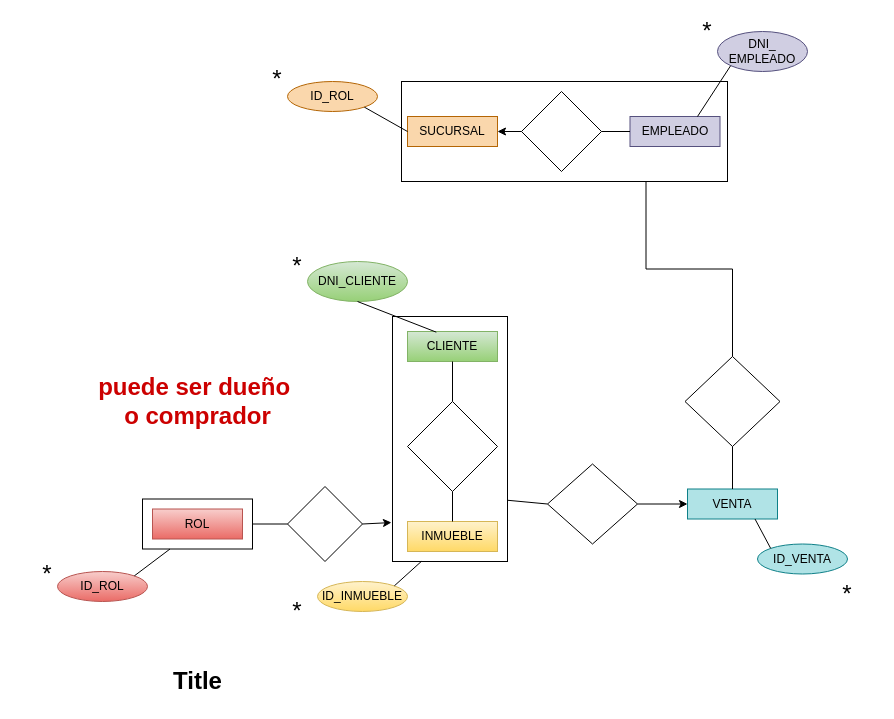
This is INMUEBLE.drawio from hachazo/db-Tp1, a draw.io file, before an edit. Source tidied: cells renumbered, new cells numbered last; positions are measured from the earlier drawing's top-left corner, leaving out a move shared by most shapes. Both pictures are drawn from the tidied source at 100%, with x=0, y=0 at pixel (17, 21).
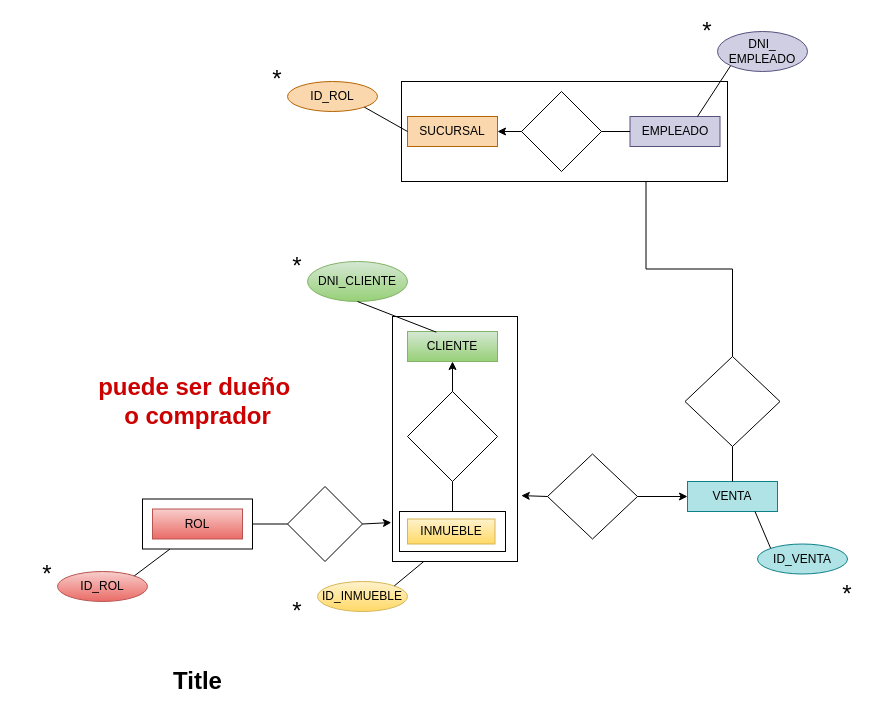
After the change.

Unchanged cells that the change refers to:
```xml
<mxCell id="5" value="&lt;font color=&quot;#000000&quot;&gt;CLIENTE&lt;/font&gt;" style="rounded=0;whiteSpace=wrap;html=1;fillColor=#d5e8d4;strokeColor=#82b366;gradientColor=#97d077;" parent="1" vertex="1">
  <mxGeometry x="390" y="310" width="90" height="30" as="geometry" />
</mxCell>
```

Diff of the diagram source:
```diff
@@
+    <mxCell id="4" style="rounded=0;whiteSpace=wrap;html=1;" parent="1" vertex="1">
+      <mxGeometry x="375" y="295" width="125" height="245" as="geometry" />
+    </mxCell>
+    <mxCell id="46" style="rounded=0;whiteSpace=wrap;html=1;" parent="1" vertex="1">
+      <mxGeometry x="382" y="490" width="106" height="40" as="geometry" />
+    </mxCell>
@@
-    <mxCell id="4" style="rounded=0;whiteSpace=wrap;html=1;" parent="1" vertex="1">
-      <mxGeometry x="375" y="295" width="115" height="245" as="geometry" />
-    </mxCell>
@@
     <mxCell id="6" value="&lt;font color=&quot;#000000&quot;&gt;INMUEBLE&lt;/font&gt;" style="rounded=0;whiteSpace=wrap;html=1;fillColor=#fff2cc;strokeColor=#d6b656;gradientColor=#ffd966;" parent="1" vertex="1">
-      <mxGeometry x="390" y="500" width="90" height="30" as="geometry" />
+      <mxGeometry x="390" y="497.5" width="87.5" height="25" as="geometry" />
     </mxCell>
     <mxCell id="7" style="rhombus;whiteSpace=wrap;html=1;" parent="1" vertex="1">
-      <mxGeometry x="390" y="380" width="90" height="90" as="geometry" />
+      <mxGeometry x="390" y="370" width="90" height="90" as="geometry" />
     </mxCell>
-    <mxCell id="8" style="endArrow=none;html=1;rounded=0;entryX=0.5;entryY=1;entryDx=0;entryDy=0;exitX=0.5;exitY=0;exitDx=0;exitDy=0;" parent="1" edge="1" source="6" target="7">
-      <mxGeometry relative="1" as="geometry" />
-    </mxCell>
     <mxCell id="9" value="&lt;font color=&quot;#000000&quot;&gt;VENTA&lt;/font&gt;" style="rounded=0;whiteSpace=wrap;html=1;fillColor=#b0e3e6;strokeColor=#0e8088;" parent="1" vertex="1">
-      <mxGeometry x="670" y="467.5" width="90" height="30" as="geometry" />
+      <mxGeometry x="670" y="460" width="90" height="30" as="geometry" />
     </mxCell>
     <mxCell id="10" style="rhombus;whiteSpace=wrap;html=1;" parent="1" vertex="1">
-      <mxGeometry x="530" y="442.5" width="90" height="80" as="geometry" />
+      <mxGeometry x="530" y="432.5" width="90" height="85" as="geometry" />
     </mxCell>
@@
-    <mxCell id="42" style="endArrow=none;html=1;rounded=0;entryX=0.5;entryY=0;entryDx=0;entryDy=0;exitX=0.5;exitY=1;exitDx=0;exitDy=0;" parent="1" edge="1" source="5" target="7">
-      <mxGeometry relative="1" as="geometry" />
-    </mxCell>
-    <mxCell id="43" style="endArrow=none;html=1;rounded=0;entryX=0;entryY=0.5;entryDx=0;entryDy=0;exitX=1;exitY=0.75;exitDx=0;exitDy=0;" parent="1" edge="1" source="4" target="10">
-      <mxGeometry relative="1" as="geometry" />
-    </mxCell>
@@
+    <mxCell id="47" style="endArrow=classic;html=1;rounded=0;entryX=1.03;entryY=0.731;entryDx=0;entryDy=0;entryPerimeter=0;exitX=0;exitY=0.5;exitDx=0;exitDy=0;" parent="1" edge="1" source="10" target="4">
+      <mxGeometry relative="1" as="geometry" />
+    </mxCell>
+    <mxCell id="48" style="endArrow=none;html=1;rounded=0;entryX=0.5;entryY=1;entryDx=0;entryDy=0;exitX=0.5;exitY=0;exitDx=0;exitDy=0;" parent="1" edge="1" source="46" target="7">
+      <mxGeometry relative="1" as="geometry" />
+    </mxCell>
+    <mxCell id="49" style="endArrow=classic;html=1;rounded=0;entryX=0.5;entryY=1;entryDx=0;entryDy=0;exitX=0.5;exitY=0;exitDx=0;exitDy=0;" parent="1" edge="1" source="7" target="5">
+      <mxGeometry relative="1" as="geometry" />
+    </mxCell>
```
